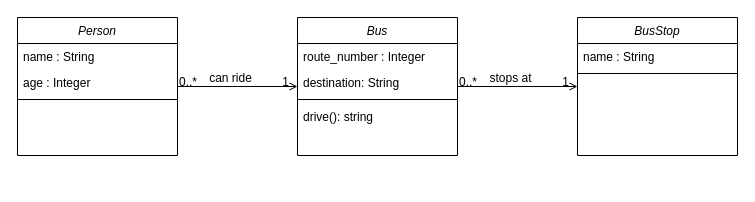
Earlier version of the draw.io diagram UMLClassDiagram.drawio (Michalju/week2_day2_homework). Source tidied: cells renumbered, new cells numbered last; positions are measured from the earlier drawing's top-left corner, leaving out a move shared by most shapes. Both pictures are drawn from the tidied source at 100%, with x=0, y=0 at pixel (17, 17).
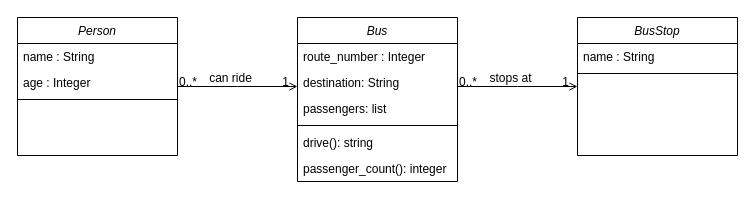
Above is the later version.

Commit message (it also covers changes not shown here):
Updated class diagram and class Bus to add property passenger property and method to count passengers.

Diff of the diagram source:
```diff
@@
     <mxCell id="2" value="Bus" style="swimlane;fontStyle=2;align=center;verticalAlign=top;horizontal=1;startSize=26;rounded=0;shadow=0;strokeWidth=1;" parent="1" vertex="1">
-      <mxGeometry x="280" width="160" height="138" as="geometry" />
+      <mxGeometry x="280" width="160" height="164" as="geometry" />
     </mxCell>
@@
+    <mxCell id="22" value="passengers: list" style="text;align=left;verticalAlign=top;spacingLeft=4;spacingRight=4;overflow=hidden;rounded=0;shadow=0;html=0;" parent="2" vertex="1">
+      <mxGeometry y="78" width="160" height="26" as="geometry" />
+    </mxCell>
     <mxCell id="5" style="line;html=1;strokeWidth=1;align=left;verticalAlign=middle;spacingTop=-1;spacingLeft=3;spacingRight=3;labelPosition=right;" parent="2" vertex="1">
-      <mxGeometry y="78" width="160" height="8" as="geometry" />
+      <mxGeometry y="104" width="160" height="8" as="geometry" />
     </mxCell>
     <mxCell id="6" value="drive(): string" style="text;align=left;verticalAlign=top;spacingLeft=4;spacingRight=4;overflow=hidden;" parent="2" vertex="1">
-      <mxGeometry y="86" width="160" height="26" as="geometry" />
+      <mxGeometry y="112" width="160" height="26" as="geometry" />
     </mxCell>
+    <mxCell id="23" value="passenger_count(): integer" style="text;align=left;verticalAlign=top;spacingLeft=4;spacingRight=4;overflow=hidden;" parent="2" vertex="1">
+      <mxGeometry y="138" width="160" height="26" as="geometry" />
+    </mxCell>
```
